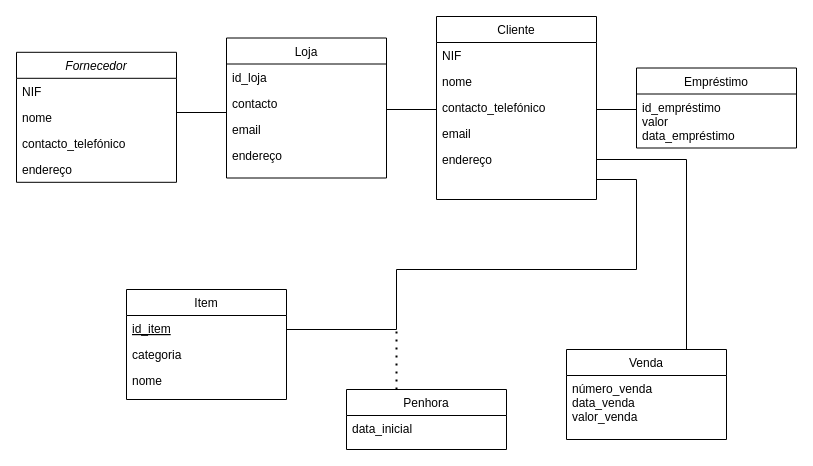
The draw.io diagram bd_vmq.drawio in JorjaKark/bd, before the edit. Source tidied: cells renumbered, new cells numbered last; positions are measured from the earlier drawing's top-left corner, leaving out a move shared by most shapes. Both pictures are drawn from the tidied source at 100%, with x=0, y=0 at pixel (16, 16).
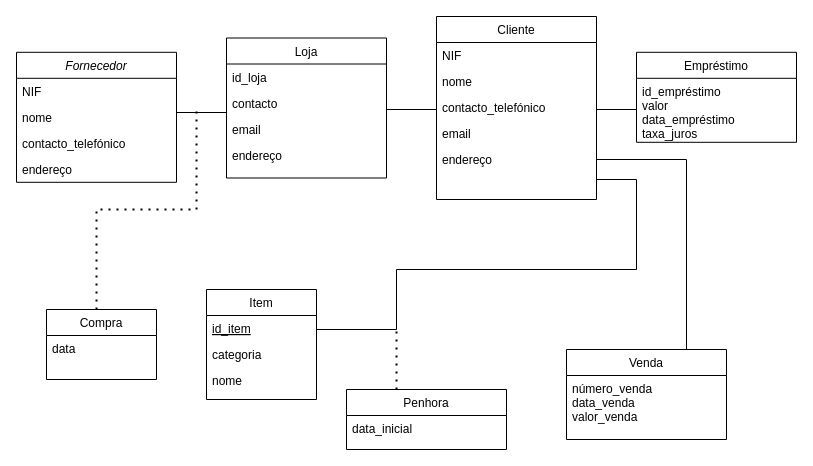
The same page after the edit.

Diff of the diagram source:
```diff
@@
     <mxCell id="7" value="Item" style="swimlane;fontStyle=0;align=center;verticalAlign=top;horizontal=1;startSize=26;rounded=0;shadow=0;strokeWidth=1;" parent="1" vertex="1">
-      <mxGeometry x="110" y="273" width="160" height="110" as="geometry" />
+      <mxGeometry x="190" y="273" width="110" height="110" as="geometry" />
     </mxCell>
     <mxCell id="8" value="id_item" style="text;align=left;verticalAlign=top;spacingLeft=4;spacingRight=4;overflow=hidden;fontStyle=4;" parent="7" vertex="1">
-      <mxGeometry y="26" width="160" height="26" as="geometry" />
+      <mxGeometry y="26" width="110" height="26" as="geometry" />
     </mxCell>
     <mxCell id="9" value="categoria" style="text;align=left;verticalAlign=top;spacingLeft=4;spacingRight=4;overflow=hidden;rounded=0;shadow=0;html=0;" parent="7" vertex="1">
-      <mxGeometry y="52" width="160" height="26" as="geometry" />
+      <mxGeometry y="52" width="110" height="26" as="geometry" />
     </mxCell>
     <mxCell id="10" value="nome" style="text;align=left;verticalAlign=top;spacingLeft=4;spacingRight=4;overflow=hidden;rounded=0;shadow=0;html=0;" parent="7" vertex="1">
-      <mxGeometry y="78" width="160" height="26" as="geometry" />
+      <mxGeometry y="78" width="110" height="26" as="geometry" />
     </mxCell>
     <mxCell id="11" value="Empréstimo" style="swimlane;fontStyle=0;align=center;verticalAlign=top;horizontal=1;startSize=26;rounded=0;shadow=0;strokeWidth=1;" parent="1" vertex="1">
-      <mxGeometry x="620" y="51.5" width="160" height="80" as="geometry" />
+      <mxGeometry x="620" y="35.8" width="160" height="90" as="geometry" />
     </mxCell>
-    <mxCell id="12" value="id_empréstimo&#10;valor&#10;data_empréstimo&#10;" style="text;align=left;verticalAlign=top;spacingLeft=4;spacingRight=4;overflow=hidden;" parent="11" vertex="1">
-      <mxGeometry y="26" width="160" height="54" as="geometry" />
+    <mxCell id="12" value="id_empréstimo&#10;valor&#10;data_empréstimo&#10;taxa_juros" style="text;align=left;verticalAlign=top;spacingLeft=4;spacingRight=4;overflow=hidden;" parent="11" vertex="1">
+      <mxGeometry y="26" width="160" height="64" as="geometry" />
     </mxCell>
@@
     <mxCell id="30" style="endArrow=none;html=1;rounded=0;" parent="1" edge="1">
       <mxGeometry relative="1" as="geometry">
-        <mxPoint x="270" y="313" as="sourcePoint" />
+        <mxPoint x="300" y="313" as="sourcePoint" />
         <mxPoint x="580" y="163" as="targetPoint" />
         <Array as="points">
           <mxPoint x="380" y="313" />
           <mxPoint x="380" y="253" />
           <mxPoint x="620" y="253" />
           <mxPoint x="620" y="163" />
         </Array>
       </mxGeometry>
     </mxCell>
@@
+    <mxCell id="34" style="endArrow=none;dashed=1;html=1;dashPattern=1 3;strokeWidth=2;rounded=0;" parent="1" edge="1">
+      <mxGeometry relative="1" as="geometry">
+        <mxPoint x="80" y="293" as="sourcePoint" />
+        <mxPoint x="180" y="93" as="targetPoint" />
+        <Array as="points">
+          <mxPoint x="80" y="193" />
+          <mxPoint x="180" y="193" />
+        </Array>
+      </mxGeometry>
+    </mxCell>
+    <mxCell id="35" value="Compra" style="swimlane;fontStyle=0;align=center;verticalAlign=top;horizontal=1;startSize=26;rounded=0;shadow=0;strokeWidth=1;" parent="1" vertex="1">
+      <mxGeometry x="30" y="293" width="110" height="70" as="geometry" />
+    </mxCell>
+    <mxCell id="36" value="data" style="text;align=left;verticalAlign=top;spacingLeft=4;spacingRight=4;overflow=hidden;rounded=0;shadow=0;html=0;" parent="35" vertex="1">
+      <mxGeometry y="26" width="110" height="26" as="geometry" />
+    </mxCell>
```
